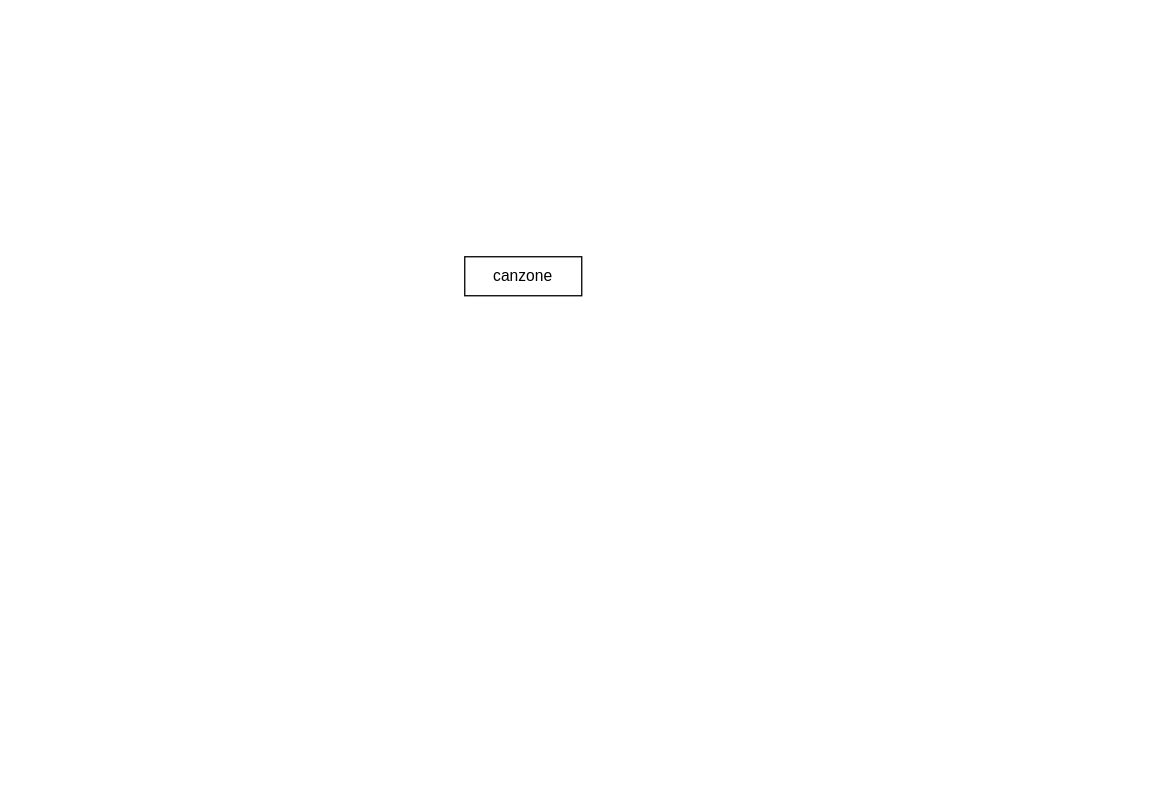
This is diagramma er.drawio from Stef4noo/materiale-progetto-basi, a draw.io file, before an edit. Source tidied: cells renumbered, new cells numbered last; positions are measured from the earlier drawing's top-left corner, leaving out a move shared by most shapes. Both pictures are drawn from the tidied source at 130%, with x=0, y=0 at pixel (464, 256).
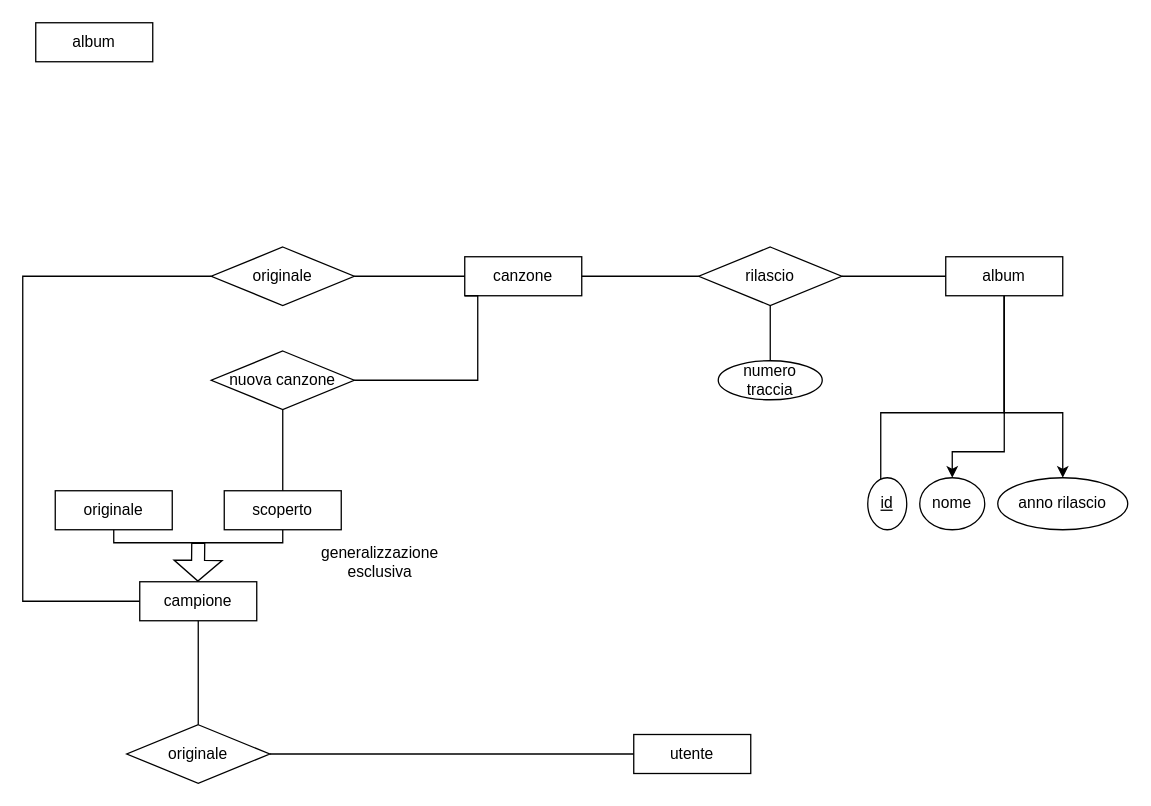
The same diagram, later.

Change to the diagram source:
```diff
@@
-    <mxCell id="2" value="canzone" style="whiteSpace=wrap;html=1;align=center;" parent="1" vertex="1">
+    <mxCell id="2" value="canzone" style="whiteSpace=wrap;html=1;align=center;labelBackgroundColor=none;" parent="1" vertex="1">
       <mxGeometry width="90" height="30" as="geometry" />
     </mxCell>
+    <mxCell id="3" style="edgeStyle=orthogonalEdgeStyle;rounded=0;jettySize=auto;html=1;entryX=0.5;entryY=0;entryDx=0;entryDy=0;" parent="1" edge="1" source="5" target="16">
+      <mxGeometry relative="1" as="geometry">
+        <Array as="points">
+          <mxPoint x="415" y="120" />
+          <mxPoint x="460" y="120" />
+        </Array>
+      </mxGeometry>
+    </mxCell>
+    <mxCell id="4" style="edgeStyle=orthogonalEdgeStyle;rounded=0;jettySize=auto;html=1;entryX=0.5;entryY=0;entryDx=0;entryDy=0;" parent="1" edge="1" source="5" target="15">
+      <mxGeometry relative="1" as="geometry">
+        <Array as="points">
+          <mxPoint x="415" y="150" />
+          <mxPoint x="375" y="150" />
+        </Array>
+      </mxGeometry>
+    </mxCell>
+    <mxCell id="5" value="&lt;div&gt;album&lt;/div&gt;" style="whiteSpace=wrap;html=1;align=center;labelBackgroundColor=none;" parent="1" vertex="1">
+      <mxGeometry x="370" width="90" height="30" as="geometry" />
+    </mxCell>
+    <mxCell id="6" style="edgeStyle=orthogonalEdgeStyle;rounded=0;jettySize=auto;html=1;entryX=0;entryY=0.5;entryDx=0;entryDy=0;endArrow=none;endFill=0;" parent="1" edge="1" source="7" target="24">
+      <mxGeometry relative="1" as="geometry">
+        <Array as="points">
+          <mxPoint x="-340" y="265" />
+          <mxPoint x="-340" y="15" />
+        </Array>
+      </mxGeometry>
+    </mxCell>
+    <mxCell id="7" value="campione" style="whiteSpace=wrap;html=1;align=center;labelBackgroundColor=none;" parent="1" vertex="1">
+      <mxGeometry x="-250" y="250" width="90" height="30" as="geometry" />
+    </mxCell>
+    <mxCell id="8" style="edgeStyle=orthogonalEdgeStyle;rounded=0;jettySize=auto;html=1;entryX=1;entryY=0.5;entryDx=0;entryDy=0;endArrow=none;endFill=0;labelBackgroundColor=none;fontColor=default;" parent="1" edge="1" source="11" target="2">
+      <mxGeometry relative="1" as="geometry" />
+    </mxCell>
+    <mxCell id="9" style="edgeStyle=orthogonalEdgeStyle;rounded=0;jettySize=auto;html=1;entryX=0;entryY=0.5;entryDx=0;entryDy=0;endArrow=none;endFill=0;labelBackgroundColor=none;fontColor=default;" parent="1" edge="1" source="11" target="5">
+      <mxGeometry relative="1" as="geometry" />
+    </mxCell>
+    <mxCell id="10" style="edgeStyle=none;rounded=0;jettySize=auto;html=1;endArrow=none;endFill=0;labelBackgroundColor=none;fontColor=default;" parent="1" edge="1" source="11" target="12">
+      <mxGeometry relative="1" as="geometry" />
+    </mxCell>
+    <mxCell id="11" value="rilascio" style="shape=rhombus;perimeter=rhombusPerimeter;whiteSpace=wrap;html=1;align=center;labelBackgroundColor=none;" parent="1" vertex="1">
+      <mxGeometry x="180" y="-7.5" width="110" height="45" as="geometry" />
+    </mxCell>
+    <mxCell id="12" value="numero traccia" style="ellipse;whiteSpace=wrap;html=1;align=center;labelBackgroundColor=none;" parent="1" vertex="1">
+      <mxGeometry x="195" y="80" width="80" height="30" as="geometry" />
+    </mxCell>
+    <mxCell id="13" style="edgeStyle=orthogonalEdgeStyle;rounded=0;jettySize=auto;html=1;endArrow=none;endFill=0;" parent="1" edge="1" source="14" target="5">
+      <mxGeometry relative="1" as="geometry">
+        <Array as="points">
+          <mxPoint x="320" y="190" />
+          <mxPoint x="320" y="120" />
+          <mxPoint x="415" y="120" />
+        </Array>
+      </mxGeometry>
+    </mxCell>
+    <mxCell id="14" value="id" style="ellipse;whiteSpace=wrap;html=1;align=center;fontStyle=4;" parent="1" vertex="1">
+      <mxGeometry x="310" y="170" width="30" height="40" as="geometry" />
+    </mxCell>
+    <mxCell id="15" value="nome" style="ellipse;whiteSpace=wrap;html=1;align=center;" parent="1" vertex="1">
+      <mxGeometry x="350" y="170" width="50" height="40" as="geometry" />
+    </mxCell>
+    <mxCell id="16" value="anno rilascio" style="ellipse;whiteSpace=wrap;html=1;align=center;" parent="1" vertex="1">
+      <mxGeometry x="410" y="170" width="100" height="40" as="geometry" />
+    </mxCell>
+    <mxCell id="17" value="&lt;div&gt;album&lt;/div&gt;" style="whiteSpace=wrap;html=1;align=center;labelBackgroundColor=none;" parent="1" vertex="1">
+      <mxGeometry x="-330" y="-180" width="90" height="30" as="geometry" />
+    </mxCell>
+    <mxCell id="18" value="scoperto" style="whiteSpace=wrap;html=1;align=center;labelBackgroundColor=none;" parent="1" vertex="1">
+      <mxGeometry x="-185" y="180" width="90" height="30" as="geometry" />
+    </mxCell>
+    <mxCell id="19" style="edgeStyle=orthogonalEdgeStyle;rounded=0;jettySize=auto;html=1;exitX=0.5;exitY=1;exitDx=0;exitDy=0;endArrow=none;endFill=0;" parent="1" edge="1" source="20">
+      <mxGeometry relative="1" as="geometry">
+        <mxPoint x="-140" y="210.1" as="targetPoint" />
+        <Array as="points">
+          <mxPoint x="-270" y="220" />
+          <mxPoint x="-140" y="220" />
+        </Array>
+      </mxGeometry>
+    </mxCell>
+    <mxCell id="20" value="originale" style="whiteSpace=wrap;html=1;align=center;labelBackgroundColor=none;" parent="1" vertex="1">
+      <mxGeometry x="-315" y="180" width="90" height="30" as="geometry" />
+    </mxCell>
+    <mxCell id="21" style="shape=flexArrow;endArrow=classic;html=1;rounded=0;endWidth=26;endSize=5;" parent="1" edge="1">
+      <mxGeometry relative="1" as="geometry">
+        <mxPoint x="-205" y="220" as="sourcePoint" />
+        <mxPoint x="-205.3" y="250" as="targetPoint" />
+      </mxGeometry>
+    </mxCell>
+    <mxCell id="22" value="generalizzazione esclusiva" style="text;html=1;whiteSpace=wrap;strokeColor=none;fillColor=none;align=center;verticalAlign=middle;rounded=0;" parent="1" vertex="1">
+      <mxGeometry x="-120" y="220" width="110" height="30" as="geometry" />
+    </mxCell>
+    <mxCell id="23" style="edgeStyle=orthogonalEdgeStyle;rounded=0;jettySize=auto;html=1;endArrow=none;endFill=0;" parent="1" edge="1" source="24" target="2">
+      <mxGeometry relative="1" as="geometry" />
+    </mxCell>
+    <mxCell id="24" value="originale" style="shape=rhombus;perimeter=rhombusPerimeter;whiteSpace=wrap;html=1;align=center;labelBackgroundColor=none;" parent="1" vertex="1">
+      <mxGeometry x="-195" y="-7.5" width="110" height="45" as="geometry" />
+    </mxCell>
+    <mxCell id="25" style="edgeStyle=orthogonalEdgeStyle;rounded=0;jettySize=auto;html=1;endArrow=none;endFill=0;" parent="1" edge="1" source="27" target="18">
+      <mxGeometry relative="1" as="geometry" />
+    </mxCell>
+    <mxCell id="26" style="edgeStyle=orthogonalEdgeStyle;rounded=0;jettySize=auto;html=1;entryX=0;entryY=1;entryDx=0;entryDy=0;endArrow=none;endFill=0;" parent="1" edge="1" source="27" target="2">
+      <mxGeometry relative="1" as="geometry">
+        <Array as="points">
+          <mxPoint x="10" y="95" />
+          <mxPoint x="10" y="30" />
+        </Array>
+      </mxGeometry>
+    </mxCell>
+    <mxCell id="27" value="nuova canzone" style="shape=rhombus;perimeter=rhombusPerimeter;whiteSpace=wrap;html=1;align=center;labelBackgroundColor=none;" parent="1" vertex="1">
+      <mxGeometry x="-195" y="72.5" width="110" height="45" as="geometry" />
+    </mxCell>
+    <mxCell id="28" value="utente" style="whiteSpace=wrap;html=1;align=center;labelBackgroundColor=none;" parent="1" vertex="1">
+      <mxGeometry x="130" y="367.5" width="90" height="30" as="geometry" />
+    </mxCell>
+    <mxCell id="29" style="edgeStyle=orthogonalEdgeStyle;rounded=0;jettySize=auto;html=1;endArrow=none;endFill=0;" parent="1" edge="1" source="31" target="7">
+      <mxGeometry relative="1" as="geometry" />
+    </mxCell>
+    <mxCell id="30" style="edgeStyle=orthogonalEdgeStyle;rounded=0;jettySize=auto;html=1;entryX=0;entryY=0.5;entryDx=0;entryDy=0;endArrow=none;endFill=0;" parent="1" edge="1" source="31" target="28">
+      <mxGeometry relative="1" as="geometry" />
+    </mxCell>
+    <mxCell id="31" value="originale" style="shape=rhombus;perimeter=rhombusPerimeter;whiteSpace=wrap;html=1;align=center;labelBackgroundColor=none;" parent="1" vertex="1">
+      <mxGeometry x="-260" y="360" width="110" height="45" as="geometry" />
+    </mxCell>
```
